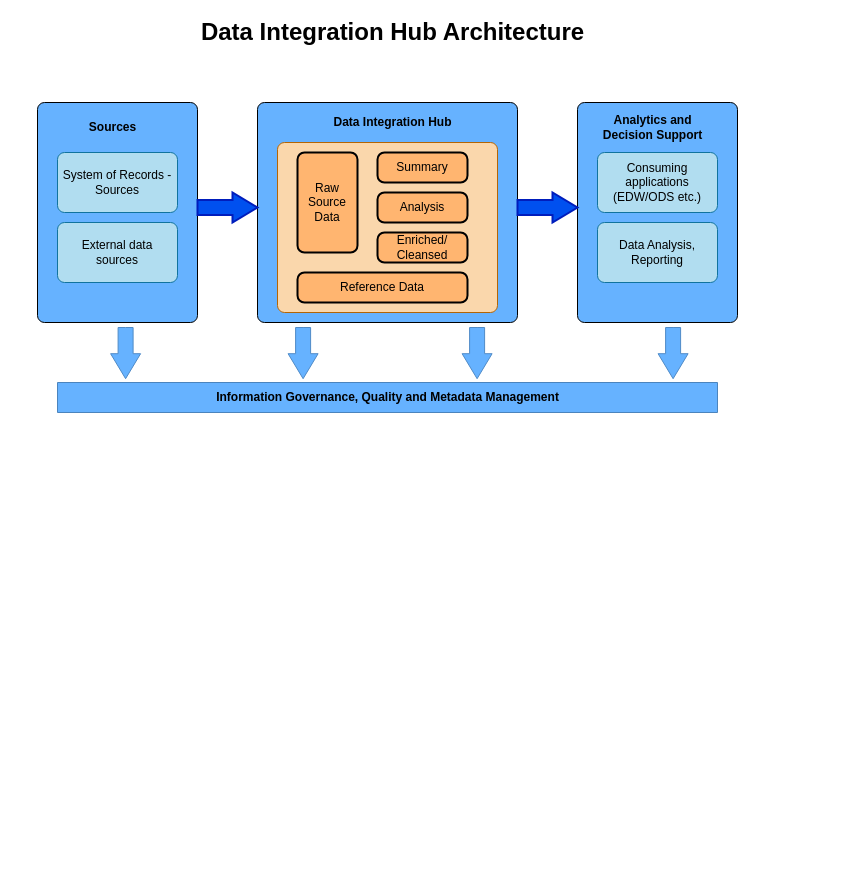
Before: page "DIH Architecture" (3 of 3) of Single Customer View.drawio in uyennt01/Project1, a draw.io diagram. Source tidied: cells renumbered, new cells numbered last; positions are measured from the earlier drawing's top-left corner, leaving out a move shared by most shapes. Both pictures are drawn from the tidied source at 100%, with x=0, y=0 at pixel (37, 17).
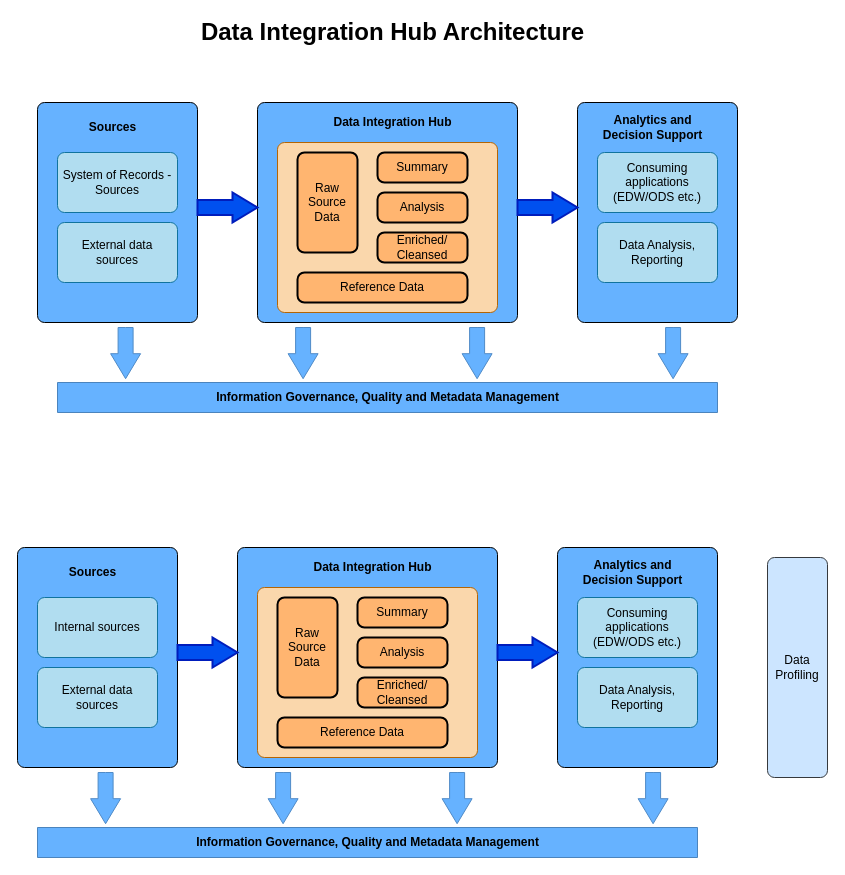
The same diagram, later.

Change to the diagram source:
```diff
@@
+    <mxCell id="26" style="rounded=1;whiteSpace=wrap;html=1;absoluteArcSize=1;arcSize=14;strokeWidth=1;fillColor=#66B2FF;" parent="1" vertex="1">
+      <mxGeometry x="200" y="530" width="260" height="220" as="geometry" />
+    </mxCell>
+    <mxCell id="27" value="Data Integration Hub" style="text;html=1;align=center;verticalAlign=middle;fillColor=none;strokeColor=none;rounded=0;fontStyle=1;" parent="1" vertex="1">
+      <mxGeometry x="270" y="540" width="130" height="20" as="geometry" />
+    </mxCell>
+    <mxCell id="28" style="rounded=1;whiteSpace=wrap;html=1;absoluteArcSize=1;arcSize=14;strokeWidth=1;fillColor=#fad7ac;strokeColor=#b46504;" parent="1" vertex="1">
+      <mxGeometry x="220" y="570" width="220" height="170" as="geometry" />
+    </mxCell>
+    <mxCell id="29" value="&lt;div&gt;Raw&lt;/div&gt;&lt;div&gt;Source&lt;br&gt;Data&lt;br&gt;&lt;/div&gt;" style="rounded=1;whiteSpace=wrap;html=1;absoluteArcSize=1;arcSize=14;strokeWidth=2;fillColor=#FFB570;" parent="1" vertex="1">
+      <mxGeometry x="240" y="580" width="60" height="100" as="geometry" />
+    </mxCell>
+    <mxCell id="30" value="Summary" style="rounded=1;whiteSpace=wrap;html=1;absoluteArcSize=1;arcSize=14;strokeWidth=2;fillColor=#FFB570;" parent="1" vertex="1">
+      <mxGeometry x="320" y="580" width="90" height="30" as="geometry" />
+    </mxCell>
+    <mxCell id="31" value="Analysis" style="rounded=1;whiteSpace=wrap;html=1;absoluteArcSize=1;arcSize=14;strokeWidth=2;fillColor=#FFB570;" parent="1" vertex="1">
+      <mxGeometry x="320" y="620" width="90" height="30" as="geometry" />
+    </mxCell>
+    <mxCell id="32" value="&lt;div&gt;Enriched/&lt;/div&gt;&lt;div&gt;Cleansed&lt;br&gt;&lt;/div&gt;" style="rounded=1;whiteSpace=wrap;html=1;absoluteArcSize=1;arcSize=14;strokeWidth=2;fillColor=#FFB570;" parent="1" vertex="1">
+      <mxGeometry x="320" y="660" width="90" height="30" as="geometry" />
+    </mxCell>
+    <mxCell id="33" value="Reference Data" style="rounded=1;whiteSpace=wrap;html=1;absoluteArcSize=1;arcSize=14;strokeWidth=2;fillColor=#FFB570;" parent="1" vertex="1">
+      <mxGeometry x="240" y="700" width="170" height="30" as="geometry" />
+    </mxCell>
+    <mxCell id="34" style="rounded=1;whiteSpace=wrap;html=1;absoluteArcSize=1;arcSize=14;strokeWidth=1;fillColor=#66B2FF;" parent="1" vertex="1">
+      <mxGeometry x="520" y="530" width="160" height="220" as="geometry" />
+    </mxCell>
+    <mxCell id="35" value="&lt;div&gt;Analytics and &lt;br&gt;&lt;/div&gt;&lt;div&gt;Decision Support&lt;/div&gt;" style="text;html=1;align=center;verticalAlign=middle;fillColor=none;strokeColor=none;rounded=0;fontStyle=1;" parent="1" vertex="1">
+      <mxGeometry x="540" y="540" width="110" height="30" as="geometry" />
+    </mxCell>
+    <mxCell id="36" value="&lt;div&gt;Consuming applications&lt;/div&gt;&lt;div&gt;(EDW/ODS etc.)&lt;br&gt;&lt;/div&gt;" style="rounded=1;whiteSpace=wrap;html=1;absoluteArcSize=1;arcSize=14;strokeWidth=1;fillColor=#b1ddf0;strokeColor=#10739e;" parent="1" vertex="1">
+      <mxGeometry x="540" y="580" width="120" height="60" as="geometry" />
+    </mxCell>
+    <mxCell id="37" value="&lt;div&gt;Data Analysis,&lt;/div&gt;&lt;div&gt;Reporting&lt;br&gt;&lt;/div&gt;" style="rounded=1;whiteSpace=wrap;html=1;absoluteArcSize=1;arcSize=14;strokeWidth=1;fillColor=#b1ddf0;strokeColor=#10739e;" parent="1" vertex="1">
+      <mxGeometry x="540" y="650" width="120" height="60" as="geometry" />
+    </mxCell>
+    <mxCell id="38" style="rounded=1;whiteSpace=wrap;html=1;absoluteArcSize=1;arcSize=14;strokeWidth=1;fillColor=#66B2FF;" parent="1" vertex="1">
+      <mxGeometry x="-20" y="530" width="160" height="220" as="geometry" />
+    </mxCell>
+    <mxCell id="39" value="Sources" style="text;html=1;align=center;verticalAlign=middle;fillColor=none;strokeColor=none;rounded=0;fontStyle=1;" parent="1" vertex="1">
+      <mxGeometry x="25" y="545" width="60" height="20" as="geometry" />
+    </mxCell>
+    <mxCell id="40" value="Internal sources" style="rounded=1;whiteSpace=wrap;html=1;absoluteArcSize=1;arcSize=14;strokeWidth=1;fillColor=#b1ddf0;strokeColor=#10739e;" parent="1" vertex="1">
+      <mxGeometry y="580" width="120" height="60" as="geometry" />
+    </mxCell>
+    <mxCell id="41" value="&lt;div&gt;External data &lt;br&gt;&lt;/div&gt;&lt;div&gt;sources&lt;/div&gt;" style="rounded=1;whiteSpace=wrap;html=1;absoluteArcSize=1;arcSize=14;strokeWidth=1;fillColor=#b1ddf0;strokeColor=#10739e;" parent="1" vertex="1">
+      <mxGeometry y="650" width="120" height="60" as="geometry" />
+    </mxCell>
+    <mxCell id="42" style="verticalLabelPosition=bottom;verticalAlign=top;html=1;strokeWidth=2;shape=mxgraph.arrows2.arrow;dy=0.5;dx=25;notch=0;fillColor=#0050ef;strokeColor=#001DBC;fontColor=#ffffff;fontStyle=1;" parent="1" vertex="1">
+      <mxGeometry x="140" y="620" width="60" height="30" as="geometry" />
+    </mxCell>
+    <mxCell id="43" style="verticalLabelPosition=bottom;verticalAlign=top;html=1;strokeWidth=2;shape=mxgraph.arrows2.arrow;dy=0.5;dx=25;notch=0;fillColor=#0050ef;strokeColor=#001DBC;fontColor=#ffffff;" parent="1" vertex="1">
+      <mxGeometry x="460" y="620" width="60" height="30" as="geometry" />
+    </mxCell>
+    <mxCell id="44" value="Information Governance, Quality and Metadata Management" style="verticalLabelPosition=middle;verticalAlign=middle;html=1;shape=mxgraph.basic.rect;fillColor2=none;strokeWidth=1;size=20;indent=5;fillColor=#66B2FF;labelPosition=center;align=center;fontStyle=1;strokeColor=#4B84BD;" parent="1" vertex="1">
+      <mxGeometry y="810" width="660" height="30" as="geometry" />
+    </mxCell>
+    <mxCell id="45" style="verticalLabelPosition=bottom;verticalAlign=top;html=1;strokeWidth=1;shape=mxgraph.arrows2.arrow;dy=0.5;dx=25;notch=0;fillColor=#66B2FF;strokeColor=#508BC7;fontColor=#ffffff;fontStyle=1;rotation=90;" parent="1" vertex="1">
+      <mxGeometry x="42.5" y="765.6" width="51.2" height="30" as="geometry" />
+    </mxCell>
+    <mxCell id="46" style="verticalLabelPosition=bottom;verticalAlign=top;html=1;strokeWidth=1;shape=mxgraph.arrows2.arrow;dy=0.5;dx=25;notch=0;fillColor=#66B2FF;strokeColor=#508BC7;fontColor=#ffffff;fontStyle=1;rotation=90;" parent="1" vertex="1">
+      <mxGeometry x="220" y="765.6" width="51.2" height="30" as="geometry" />
+    </mxCell>
+    <mxCell id="47" style="verticalLabelPosition=bottom;verticalAlign=top;html=1;strokeWidth=1;shape=mxgraph.arrows2.arrow;dy=0.5;dx=25;notch=0;fillColor=#66B2FF;strokeColor=#508BC7;fontColor=#ffffff;fontStyle=1;rotation=90;" parent="1" vertex="1">
+      <mxGeometry x="394" y="765.6" width="51.2" height="30" as="geometry" />
+    </mxCell>
+    <mxCell id="48" style="verticalLabelPosition=bottom;verticalAlign=top;html=1;strokeWidth=1;shape=mxgraph.arrows2.arrow;dy=0.5;dx=25;notch=0;fillColor=#66B2FF;strokeColor=#508BC7;fontColor=#ffffff;fontStyle=1;rotation=90;" parent="1" vertex="1">
+      <mxGeometry x="590" y="765.6" width="51.2" height="30" as="geometry" />
+    </mxCell>
+    <mxCell id="49" value="Data Profiling" style="rounded=1;whiteSpace=wrap;html=1;absoluteArcSize=1;arcSize=14;strokeWidth=1;fillColor=#cce5ff;labelPosition=center;verticalLabelPosition=middle;align=center;verticalAlign=middle;strokeColor=#36393d;" parent="1" vertex="1">
+      <mxGeometry x="730" y="540" width="60" height="220" as="geometry" />
+    </mxCell>
```
